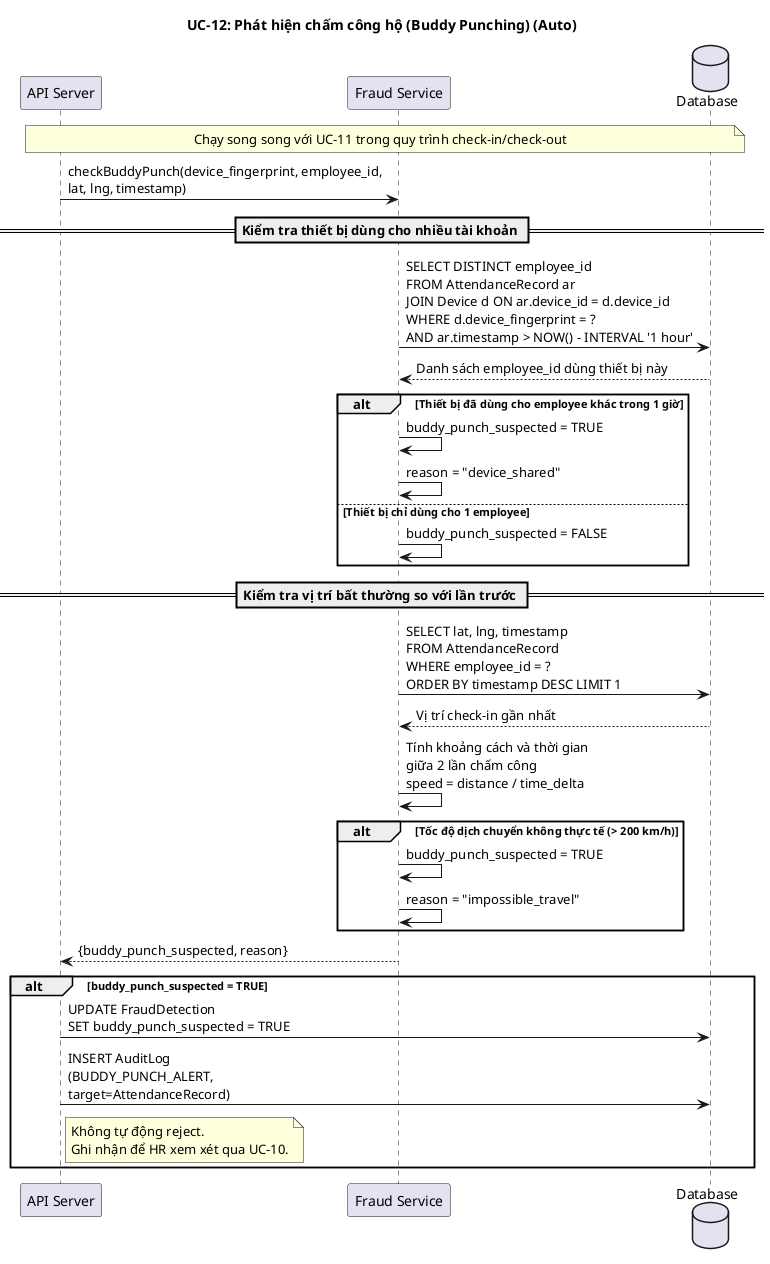
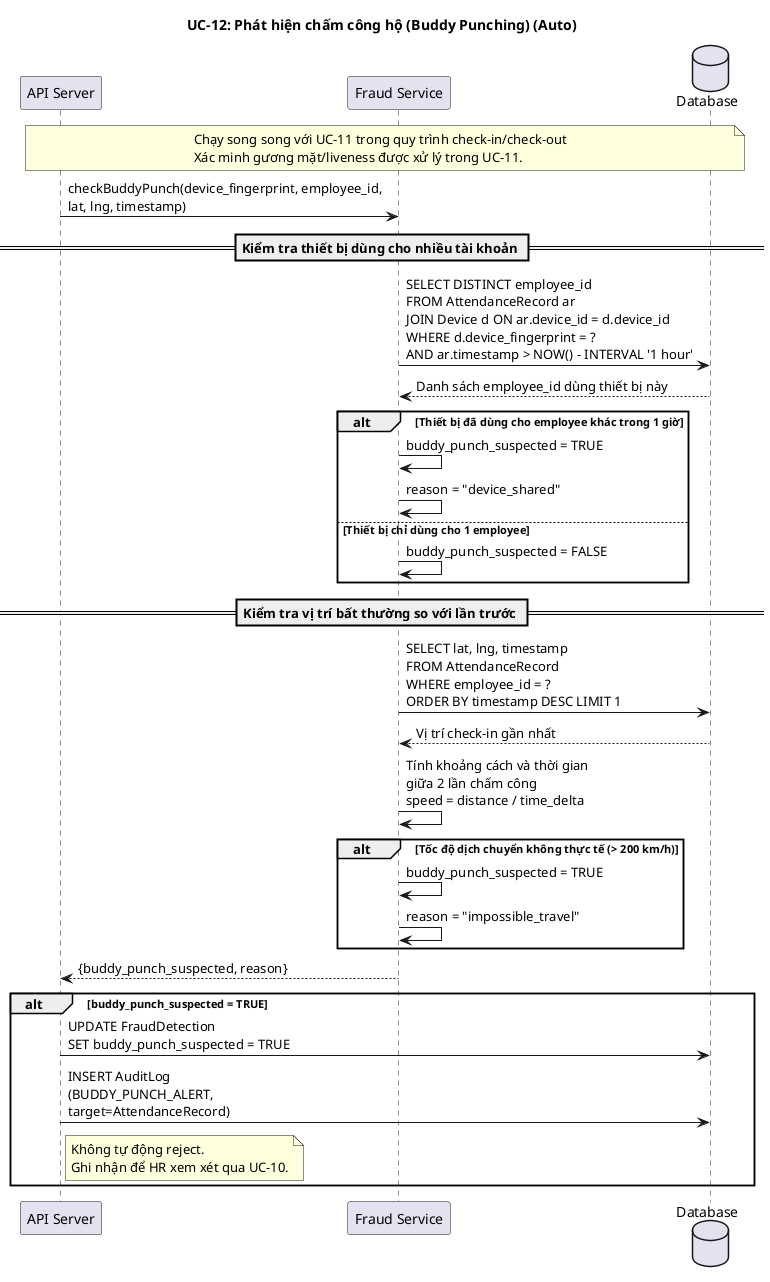
@startuml UC12_BuddyPunch
title UC-12: Phát hiện chấm công hộ (Buddy Punching) (Auto)

participant "API Server" as API
participant "Fraud Service" as Fraud
database "Database" as DB

note over API, DB
  Chạy song song với UC-11 trong quy trình check-in/check-out
+   Xác minh gương mặt/liveness được xử lý trong UC-11.
end note

API -> Fraud : checkBuddyPunch(device_fingerprint, employee_id,\nlat, lng, timestamp)

== Kiểm tra thiết bị dùng cho nhiều tài khoản ==
Fraud -> DB : SELECT DISTINCT employee_id\nFROM AttendanceRecord ar\nJOIN Device d ON ar.device_id = d.device_id\nWHERE d.device_fingerprint = ?\nAND ar.timestamp > NOW() - INTERVAL '1 hour'
DB --> Fraud : Danh sách employee_id dùng thiết bị này

alt Thiết bị đã dùng cho employee khác trong 1 giờ
    Fraud -> Fraud : buddy_punch_suspected = TRUE
    Fraud -> Fraud : reason = "device_shared"
else Thiết bị chỉ dùng cho 1 employee
    Fraud -> Fraud : buddy_punch_suspected = FALSE
end

== Kiểm tra vị trí bất thường so với lần trước ==
Fraud -> DB : SELECT lat, lng, timestamp\nFROM AttendanceRecord\nWHERE employee_id = ?\nORDER BY timestamp DESC LIMIT 1
DB --> Fraud : Vị trí check-in gần nhất

Fraud -> Fraud : Tính khoảng cách và thời gian\ngiữa 2 lần chấm công\nspeed = distance / time_delta

alt Tốc độ dịch chuyển không thực tế (> 200 km/h)
    Fraud -> Fraud : buddy_punch_suspected = TRUE
    Fraud -> Fraud : reason = "impossible_travel"
end

Fraud --> API : {buddy_punch_suspected, reason}

alt buddy_punch_suspected = TRUE
    API -> DB : UPDATE FraudDetection\nSET buddy_punch_suspected = TRUE
    API -> DB : INSERT AuditLog\n(BUDDY_PUNCH_ALERT,\ntarget=AttendanceRecord)
    note right of API
      Không tự động reject.
      Ghi nhận để HR xem xét qua UC-10.
    end note
end

@enduml
